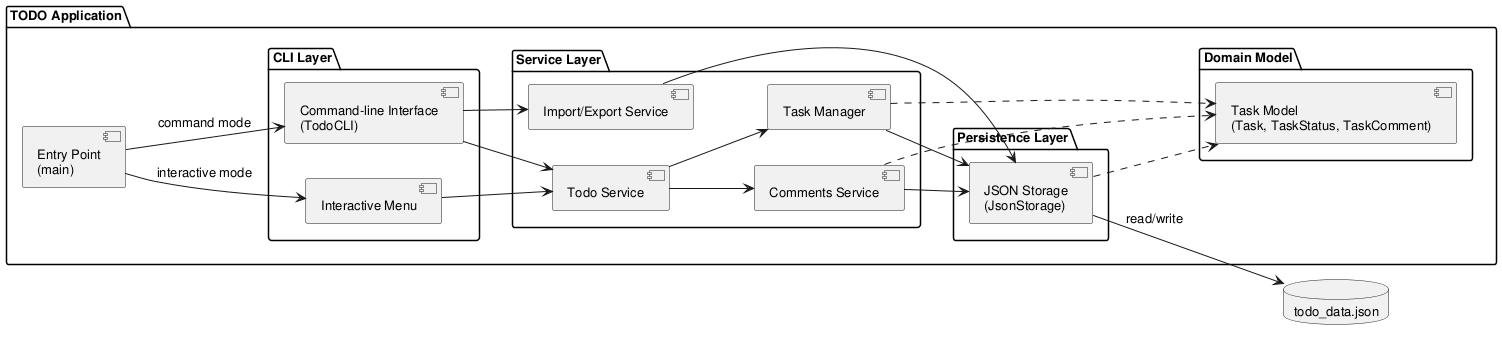
DanielRiha8906/Software_autoevolution_using_agents keeps this PlantUML diagram as experiments/broadcast/structured_text/TODO/artifacts/component_diagram.png. Above is the earlier version.
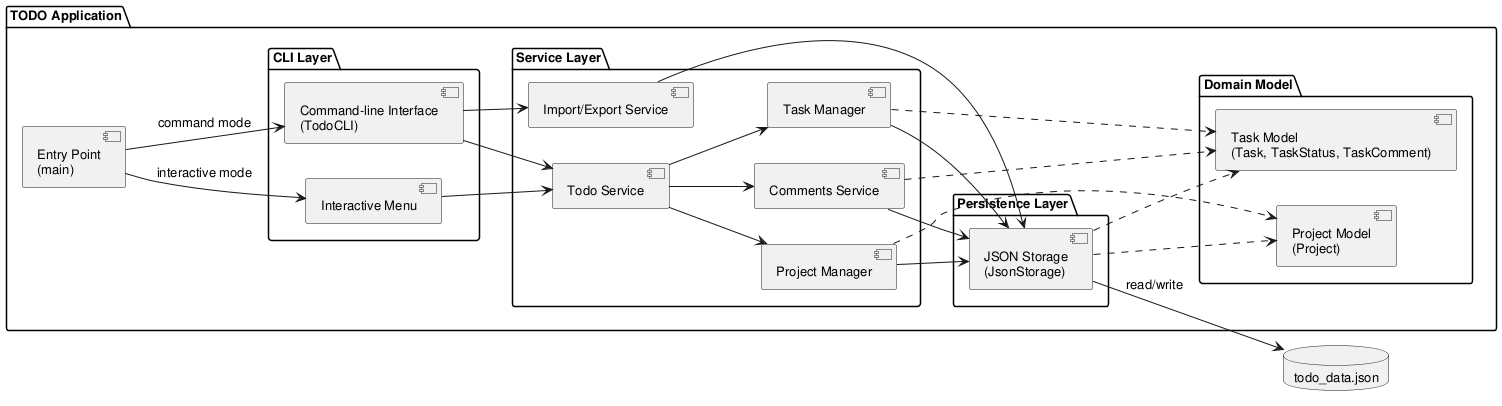
After the commit.

What changed in the source:
```diff
@@ -17,12 +17,14 @@
     package "Service Layer" {
         component "Todo Service" as SVC
         component "Task Manager" as MGR
+        component "Project Manager" as PMGR
         component "Comments Service" as CMTS
         component "Import/Export Service" as IMPEXP
     }
 
     package "Domain Model" {
         component "Task Model\n(Task, TaskStatus, TaskComment)" as Model
+        component "Project Model\n(Project)" as ProjModel
     }
 
     package "Persistence Layer" {
@@ -40,13 +42,17 @@
 CLI --> IMPEXP
 
 SVC --> MGR
+SVC --> PMGR
 SVC --> CMTS
 MGR --> Storage
+PMGR --> Storage
 CMTS --> Storage
 IMPEXP --> Storage
 MGR ..> Model
+PMGR ..> ProjModel
 CMTS ..> Model
 Storage ..> Model
+Storage ..> ProjModel
 
 Storage --> DB : read/write
 
```
